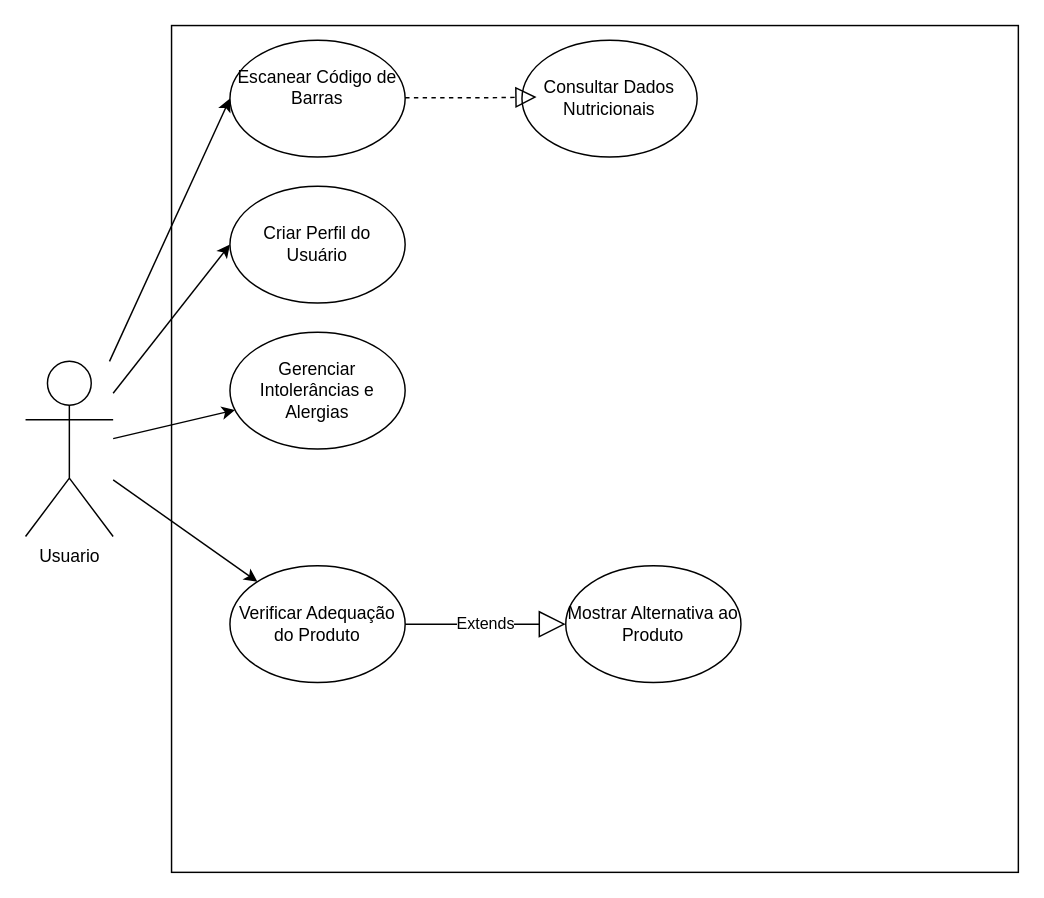
This is Diagrama sem nome.drawio from gabirucosta2140/desktop-Diogo, a draw.io file, before an edit. Source tidied: cells renumbered, new cells numbered last; positions are measured from the earlier drawing's top-left corner, leaving out a move shared by most shapes. Both pictures are drawn from the tidied source at 146%, with x=0, y=0 at pixel (25, 25).
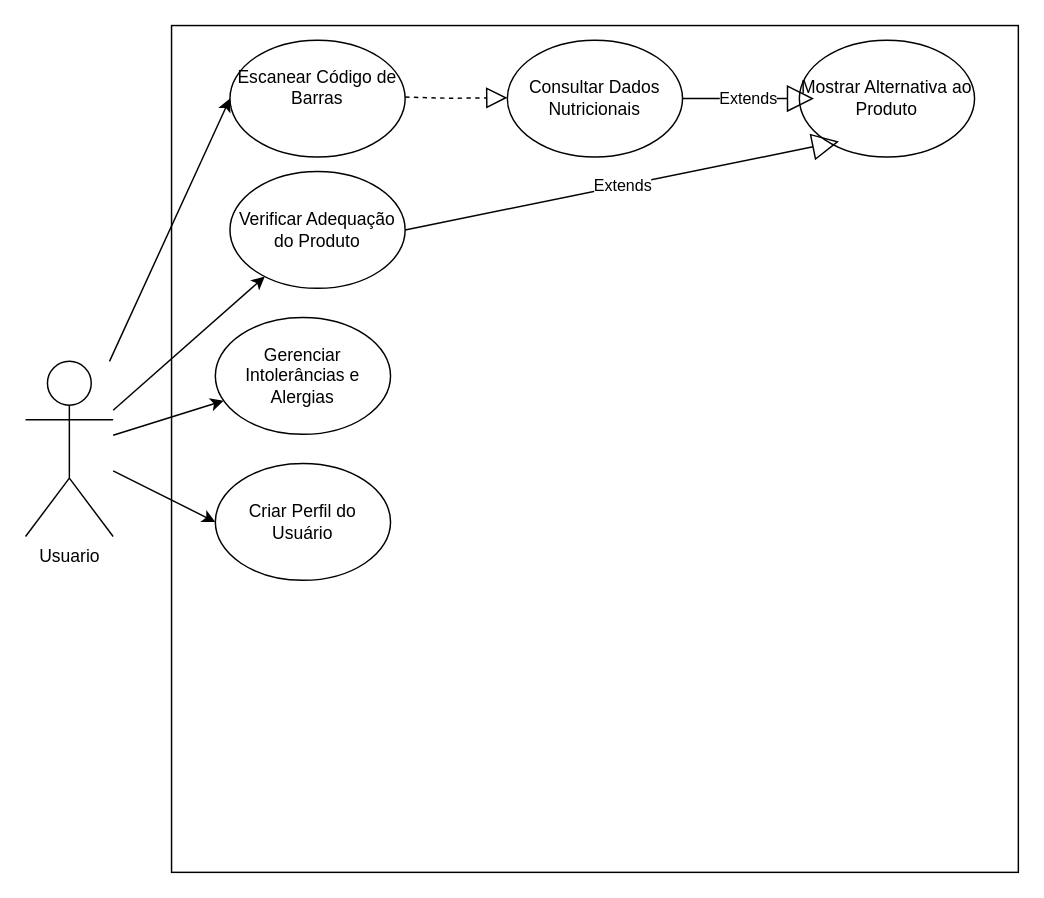
Above is the later version.

Commit message:
Actualizar diagrama caso de uso. drawio

Diff of the diagram source:
```diff
@@
     <mxCell id="6" value="Consultar Dados Nutricionais" style="ellipse;whiteSpace=wrap;html=1;" parent="1" vertex="1">
-      <mxGeometry x="340" y="10" width="120" height="80" as="geometry" />
+      <mxGeometry x="330" y="10" width="120" height="80" as="geometry" />
     </mxCell>
     <mxCell id="7" value="Criar Perfil do Usuário" style="ellipse;whiteSpace=wrap;html=1;" parent="1" vertex="1">
-      <mxGeometry x="140" y="110" width="120" height="80" as="geometry" />
+      <mxGeometry x="130" y="300" width="120" height="80" as="geometry" />
     </mxCell>
@@
     <mxCell id="9" value="Gerenciar Intolerâncias e Alergias" style="ellipse;whiteSpace=wrap;html=1;" parent="1" vertex="1">
-      <mxGeometry x="140" y="210" width="120" height="80" as="geometry" />
+      <mxGeometry x="130" y="200" width="120" height="80" as="geometry" />
     </mxCell>
@@
     <mxCell id="11" value="Verificar Adequação do Produto" style="ellipse;whiteSpace=wrap;html=1;" parent="1" vertex="1">
-      <mxGeometry x="140" y="370" width="120" height="80" as="geometry" />
+      <mxGeometry x="140" y="100" width="120" height="80" as="geometry" />
     </mxCell>
@@
     <mxCell id="13" value="Mostrar Alternativa ao Produto" style="ellipse;whiteSpace=wrap;html=1;" parent="1" vertex="1">
-      <mxGeometry x="370" y="370" width="120" height="80" as="geometry" />
+      <mxGeometry x="530" y="10" width="120" height="80" as="geometry" />
     </mxCell>
-    <mxCell id="14" value="Extends" style="endArrow=block;endSize=16;endFill=0;html=1;rounded=0;" parent="1" edge="1" target="13">
-      <mxGeometry relative="1" as="geometry">
-        <mxPoint x="260" y="410" as="sourcePoint" />
-      </mxGeometry>
-    </mxCell>
-    <mxCell id="15" style="endArrow=block;dashed=1;endFill=0;endSize=12;html=1;rounded=0;" parent="1" edge="1">
+    <mxCell id="15" style="endArrow=block;dashed=1;endFill=0;endSize=12;html=1;rounded=0;entryX=0;entryY=0.493;entryDx=0;entryDy=0;entryPerimeter=0;" parent="1" edge="1" target="6">
       <mxGeometry relative="1" as="geometry">
-        <mxPoint x="260" y="49.4" as="sourcePoint" />
-        <mxPoint x="350" y="49" as="targetPoint" />
+        <mxPoint x="260" y="49" as="sourcePoint" />
         <Array as="points">
-          <mxPoint x="320" y="49.4" />
+          <mxPoint x="290" y="49.8" />
         </Array>
       </mxGeometry>
     </mxCell>
+    <mxCell id="16" value="Extends" style="endArrow=block;endSize=16;endFill=0;html=1;rounded=0;exitX=1;exitY=0.5;exitDx=0;exitDy=0;" parent="1" edge="1" source="6">
+      <mxGeometry relative="1" as="geometry">
+        <mxPoint x="540" y="50" as="targetPoint" />
+        <Array as="points">
+          <mxPoint x="490" y="50" />
+        </Array>
+      </mxGeometry>
+    </mxCell>
+    <mxCell id="17" value="Extends" style="endArrow=block;endSize=16;endFill=0;html=1;rounded=0;exitX=1;exitY=0.5;exitDx=0;exitDy=0;entryX=0.226;entryY=0.868;entryDx=0;entryDy=0;entryPerimeter=0;" parent="1" edge="1" source="11" target="13">
+      <mxGeometry relative="1" as="geometry" />
+    </mxCell>
```
